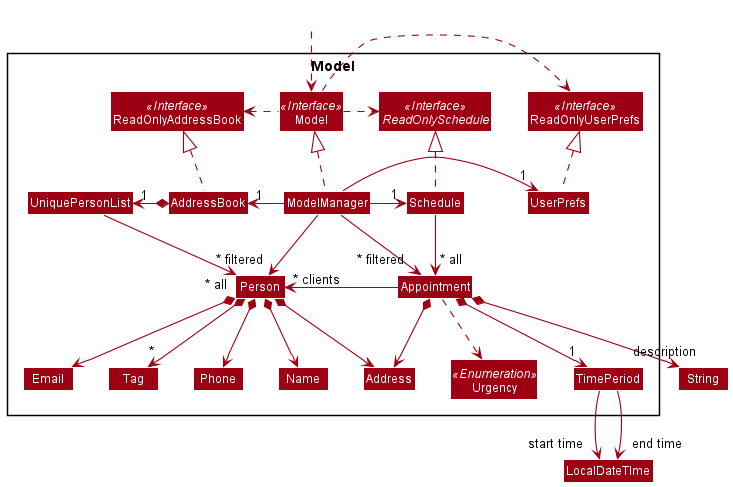
Before: docs/images/ModelClassDiagram.png, a diagram exported from PlantUML (nus-cs2103-AY2122S1/tp).
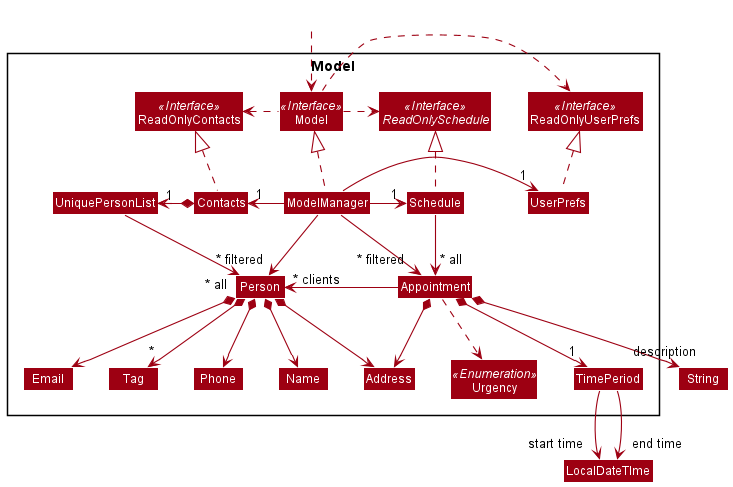
The same file after the commit.

The edit, as a diff of the source:
```diff
@@ -5,12 +5,12 @@
 skinparam classBackgroundColor MODEL_COLOR
 
 Package Model <<Rectangle>>{
-Interface ReadOnlyAddressBook <<Interface>>
+Interface ReadOnlyContacts <<Interface>>
 Interface ReadOnlySchedule <<Interface>>
 Interface ReadOnlyUserPrefs <<Interface>>
 Interface Model <<Interface>>
-Class AddressBook
-Class ReadOnlyAddressBook
+Class Contacts
+Class ReadOnlyContacts
 Class Model
 Class ModelManager
 Class UserPrefs
@@ -35,19 +35,19 @@
 Class HiddenOutside #FFFFFF
 HiddenOutside ..> Model
 
-AddressBook .up.|> ReadOnlyAddressBook
+Contacts .up.|> ReadOnlyContacts
 Schedule .up.|> ReadOnlySchedule
 
 ModelManager .up.|> Model
 Model .right.> ReadOnlyUserPrefs
-Model .left.> ReadOnlyAddressBook
+Model .left.> ReadOnlyContacts
 Model .right.> ReadOnlySchedule
-ModelManager -left-> "1" AddressBook
+ModelManager -left-> "1" Contacts
 ModelManager -right-> "1" Schedule
 ModelManager -right-> "1" UserPrefs
 UserPrefs .up.|> ReadOnlyUserPrefs
 
-AddressBook *-left-> "1" UniquePersonList
+Contacts *-left-> "1" UniquePersonList
 UniquePersonList --> "~* all" Person
 Person *--> Name
 Person *--> Phone
```
